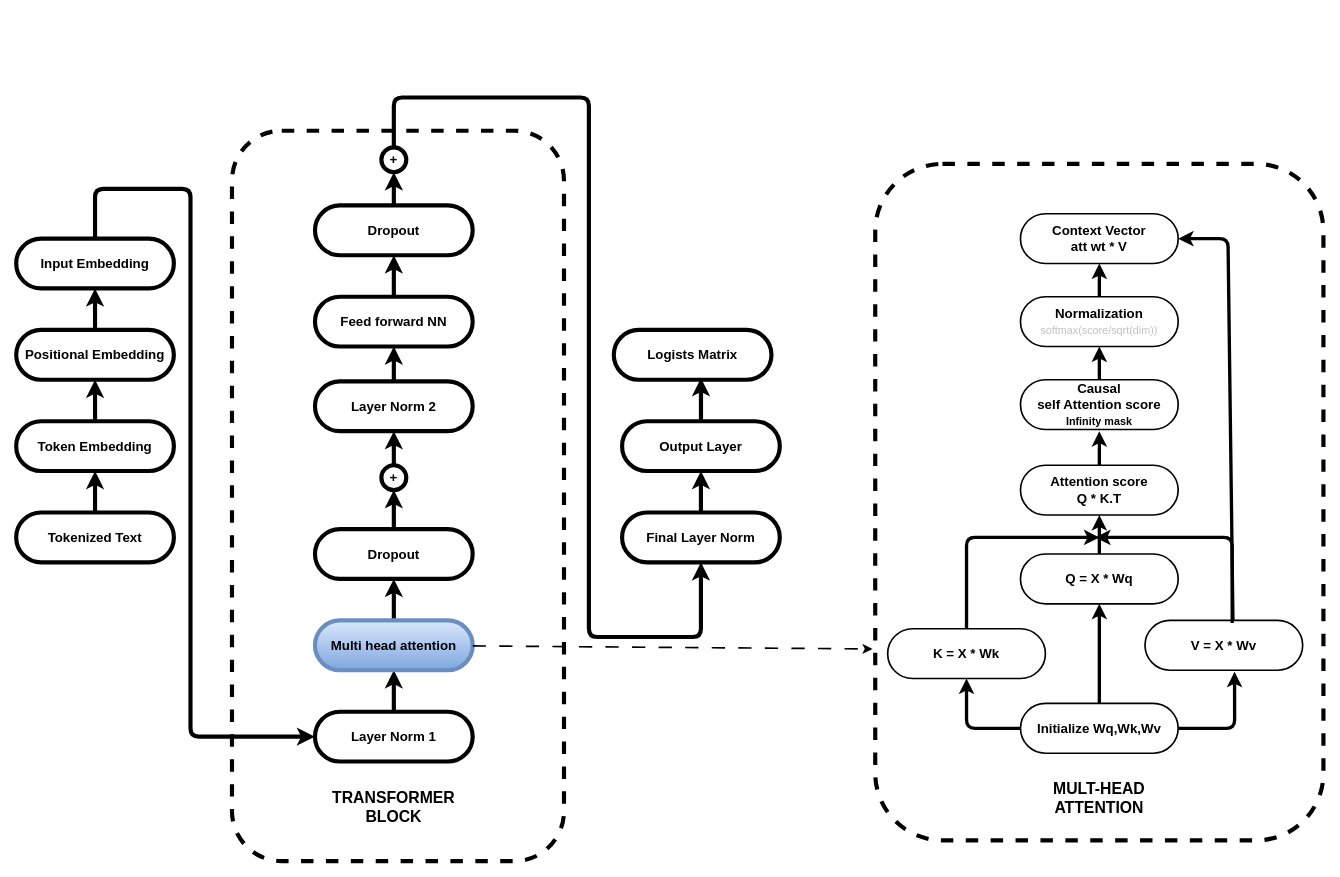
This is assets/genai/attention/excalidraws/attention/self-attention-big-pic.drawio from samratkar/samratkar.github.io, a draw.io file, before an edit. Source tidied: cells renumbered, new cells numbered last; positions are measured from the earlier drawing's top-left corner, leaving out a move shared by most shapes. Both pictures are drawn from the tidied source at 83%, with x=0, y=0 at pixel (16, 14).
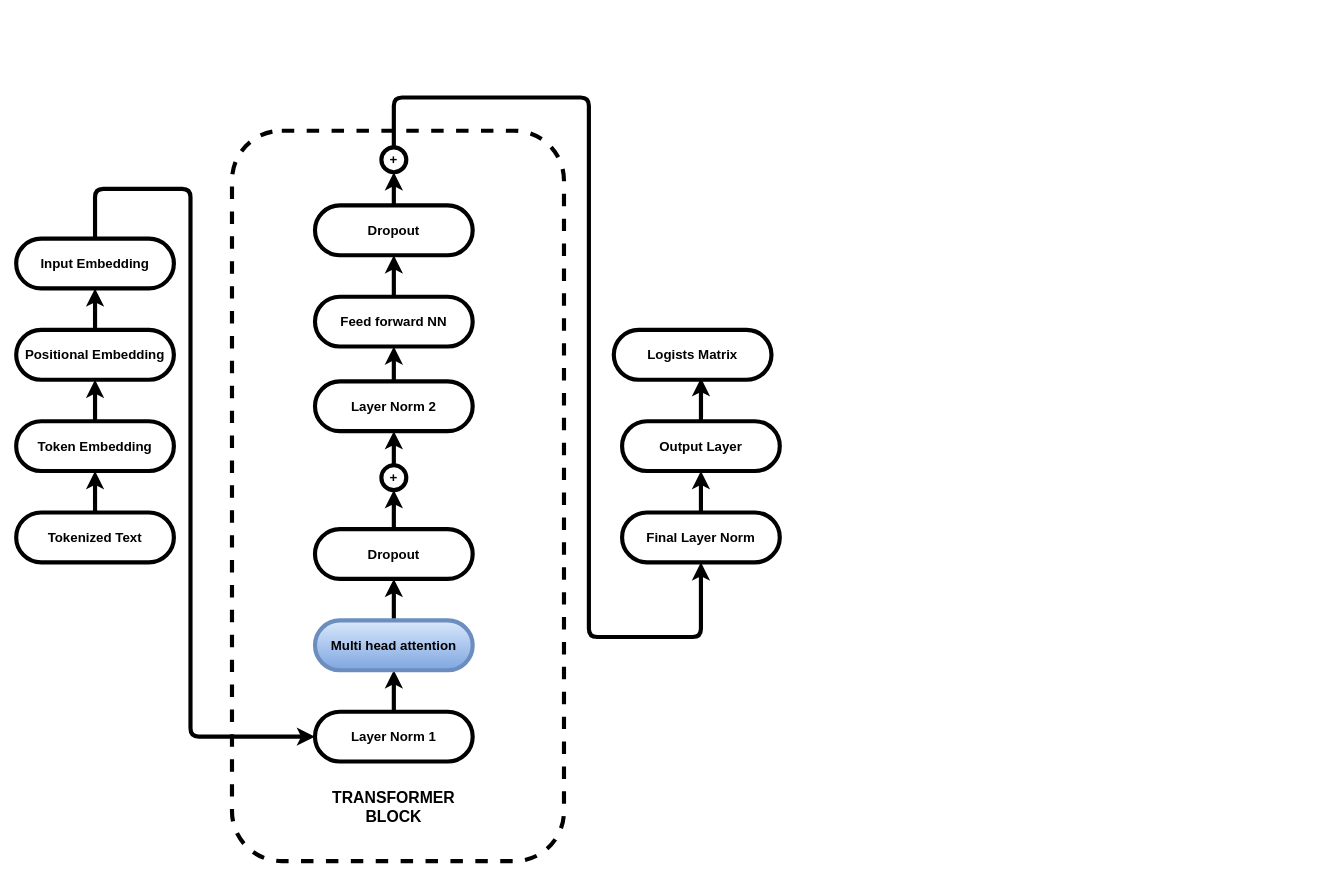
The same page after the edit.

Unchanged cells that the change refers to:
```xml
<mxCell id="2" style="group;" parent="1" vertex="1">
  <mxGeometry width="1575" height="1020" as="geometry" />
</mxCell>
<mxCell id="12" value="Multi head attention" style="html=1;dashed=0;whiteSpace=wrap;shape=mxgraph.dfd.start;fontSize=16;fontStyle=1;fillColor=#dae8fc;gradientColor=#7ea6e0;strokeColor=#6c8ebf;strokeWidth=5;" parent="2" vertex="1">
  <mxGeometry x="360" y="730" width="190" height="60" as="geometry" />
</mxCell>
```

The edit, as a diff of the source:
```diff
@@
-    <mxCell id="34" style="rounded=1;whiteSpace=wrap;html=1;dashed=1;fontSize=16;fontStyle=1;strokeWidth=5;fillColor=none;gradientColor=#7ea6e0;strokeColor=#000000;" parent="2" vertex="1">
-      <mxGeometry x="1035" y="180" width="540" height="815" as="geometry" />
-    </mxCell>
-    <mxCell id="35" value="MULT-HEAD ATTENTION" style="text;html=1;align=center;verticalAlign=middle;whiteSpace=wrap;rounded=0;strokeWidth=2;fontSize=19;fontStyle=1;" parent="2" vertex="1">
-      <mxGeometry x="1240" y="930" width="130" height="30" as="geometry" />
-    </mxCell>
-    <mxCell id="36" style="edgeStyle=none;html=1;dashed=1;dashPattern=8 8;strokeWidth=2;entryX=-0.006;entryY=0.717;entryDx=0;entryDy=0;entryPerimeter=0;" parent="2" edge="1" source="12" target="34">
-      <mxGeometry relative="1" as="geometry" />
-    </mxCell>
-    <mxCell id="37" style="edgeStyle=none;html=1;flowAnimation=1;strokeWidth=4;" parent="2" edge="1" source="38" target="40">
-      <mxGeometry relative="1" as="geometry" />
-    </mxCell>
-    <mxCell id="38" value="Initialize Wq,Wk,Wv" style="html=1;dashed=0;whiteSpace=wrap;shape=mxgraph.dfd.start;fontSize=16;fontStyle=1;strokeWidth=2;" parent="2" vertex="1">
-      <mxGeometry x="1210" y="830" width="190" height="60" as="geometry" />
-    </mxCell>
-    <mxCell id="39" style="edgeStyle=none;html=1;flowAnimation=1;strokeWidth=4;" parent="2" edge="1" source="40" target="42">
-      <mxGeometry relative="1" as="geometry" />
-    </mxCell>
-    <mxCell id="40" value="Q = X * Wq" style="html=1;dashed=0;whiteSpace=wrap;shape=mxgraph.dfd.start;fontSize=16;fontStyle=1;strokeWidth=2;" parent="2" vertex="1">
-      <mxGeometry x="1210" y="650" width="190" height="60" as="geometry" />
-    </mxCell>
-    <mxCell id="41" style="edgeStyle=none;html=1;flowAnimation=1;strokeWidth=4;" parent="2" edge="1" source="42">
-      <mxGeometry relative="1" as="geometry">
-        <mxPoint x="1305" y="502" as="targetPoint" />
-      </mxGeometry>
-    </mxCell>
-    <mxCell id="42" value="Attention score&lt;div&gt;Q * K.T&lt;/div&gt;" style="html=1;dashed=0;whiteSpace=wrap;shape=mxgraph.dfd.start;fontSize=16;fontStyle=1;strokeWidth=2;" parent="2" vertex="1">
-      <mxGeometry x="1210" y="543" width="190" height="60" as="geometry" />
-    </mxCell>
-    <mxCell id="43" value="V = X * Wv" style="html=1;dashed=0;whiteSpace=wrap;shape=mxgraph.dfd.start;fontSize=16;fontStyle=1;strokeWidth=2;" parent="2" vertex="1">
-      <mxGeometry x="1360" y="730" width="190" height="60" as="geometry" />
-    </mxCell>
-    <mxCell id="44" value="K = X * Wk" style="html=1;dashed=0;whiteSpace=wrap;shape=mxgraph.dfd.start;fontSize=16;fontStyle=1;strokeWidth=2;" parent="2" vertex="1">
-      <mxGeometry x="1050" y="740" width="190" height="60" as="geometry" />
-    </mxCell>
-    <mxCell id="45" style="edgeStyle=none;html=1;entryX=0.5;entryY=0.5;entryDx=0;entryDy=30;entryPerimeter=0;flowAnimation=1;strokeWidth=4;" parent="2" edge="1" source="38" target="44">
-      <mxGeometry relative="1" as="geometry">
-        <Array as="points">
-          <mxPoint x="1145" y="860" />
-        </Array>
-      </mxGeometry>
-    </mxCell>
-    <mxCell id="46" style="edgeStyle=none;html=1;entryX=0.568;entryY=1.033;entryDx=0;entryDy=0;entryPerimeter=0;flowAnimation=1;strokeWidth=4;" parent="2" edge="1" source="38" target="43">
-      <mxGeometry relative="1" as="geometry">
-        <Array as="points">
-          <mxPoint x="1468" y="860" />
-        </Array>
-      </mxGeometry>
-    </mxCell>
-    <mxCell id="47" style="edgeStyle=none;html=1;flowAnimation=1;strokeWidth=4;" parent="2" edge="1" source="44">
-      <mxGeometry relative="1" as="geometry">
-        <mxPoint x="1305" y="630" as="targetPoint" />
-        <Array as="points">
-          <mxPoint x="1145" y="630" />
-          <mxPoint x="1230" y="630" />
-        </Array>
-      </mxGeometry>
-    </mxCell>
-    <mxCell id="48" style="edgeStyle=none;html=1;exitX=0.553;exitY=0.05;exitDx=0;exitDy=0;exitPerimeter=0;flowAnimation=1;strokeWidth=4;" parent="2" edge="1" source="43">
-      <mxGeometry relative="1" as="geometry">
-        <mxPoint x="1300" y="630" as="targetPoint" />
-        <Array as="points">
-          <mxPoint x="1465" y="630" />
-        </Array>
-      </mxGeometry>
-    </mxCell>
-    <mxCell id="49" style="edgeStyle=none;html=1;flowAnimation=1;strokeWidth=2;" parent="2" edge="1" target="50">
-      <mxGeometry relative="1" as="geometry">
-        <mxPoint x="1305" y="442" as="sourcePoint" />
-      </mxGeometry>
-    </mxCell>
-    <mxCell id="50" value="Causal &lt;br&gt;self Attention score&lt;br&gt;&lt;div&gt;&lt;font style=&quot;font-size: 13px;&quot;&gt;Infinity mask&lt;/font&gt;&lt;/div&gt;" style="html=1;dashed=0;whiteSpace=wrap;shape=mxgraph.dfd.start;fontSize=16;fontStyle=1;strokeWidth=2;" parent="2" vertex="1">
-      <mxGeometry x="1210" y="440" width="190" height="60" as="geometry" />
-    </mxCell>
-    <mxCell id="51" value="Normalization&lt;div&gt;&lt;span style=&quot;color: rgb(192, 192, 192); font-weight: normal;&quot;&gt;&lt;font style=&quot;font-size: 13px;&quot;&gt;softmax(score/sqrt(dim))&lt;/font&gt;&lt;/span&gt;&lt;/div&gt;" style="html=1;dashed=0;whiteSpace=wrap;shape=mxgraph.dfd.start;fontSize=16;fontStyle=1;strokeWidth=2;" parent="2" vertex="1">
-      <mxGeometry x="1210" y="340" width="190" height="60" as="geometry" />
-    </mxCell>
-    <mxCell id="52" style="endArrow=classic;html=1;entryX=1;entryY=0.5;entryDx=0;entryDy=0;entryPerimeter=0;flowAnimation=1;strokeWidth=4;" parent="2" edge="1" target="54">
-      <mxGeometry relative="1" as="geometry">
-        <mxPoint x="1466" y="730" as="sourcePoint" />
-        <Array as="points">
-          <mxPoint x="1460" y="270" />
-        </Array>
-      </mxGeometry>
-    </mxCell>
-    <mxCell id="53" style="edgeStyle=none;html=1;" parent="2" edge="1" target="54">
-      <mxGeometry relative="1" as="geometry">
-        <mxPoint x="1305" y="260" as="sourcePoint" />
-      </mxGeometry>
-    </mxCell>
-    <mxCell id="54" value="Context Vector&lt;div&gt;att wt * V&lt;/div&gt;" style="html=1;dashed=0;whiteSpace=wrap;shape=mxgraph.dfd.start;fontSize=16;fontStyle=1;strokeWidth=2;" parent="2" vertex="1">
-      <mxGeometry x="1210" y="240" width="190" height="60" as="geometry" />
-    </mxCell>
-    <mxCell id="55" style="edgeStyle=none;html=1;entryX=0.5;entryY=0.5;entryDx=0;entryDy=30;entryPerimeter=0;flowAnimation=1;strokeWidth=4;" parent="2" edge="1" source="50" target="51">
-      <mxGeometry relative="1" as="geometry" />
-    </mxCell>
-    <mxCell id="56" style="edgeStyle=none;html=1;entryX=0.5;entryY=0.5;entryDx=0;entryDy=30;entryPerimeter=0;strokeWidth=4;flowAnimation=1;" parent="2" edge="1" source="51" target="54">
-      <mxGeometry relative="1" as="geometry" />
-    </mxCell>
```
